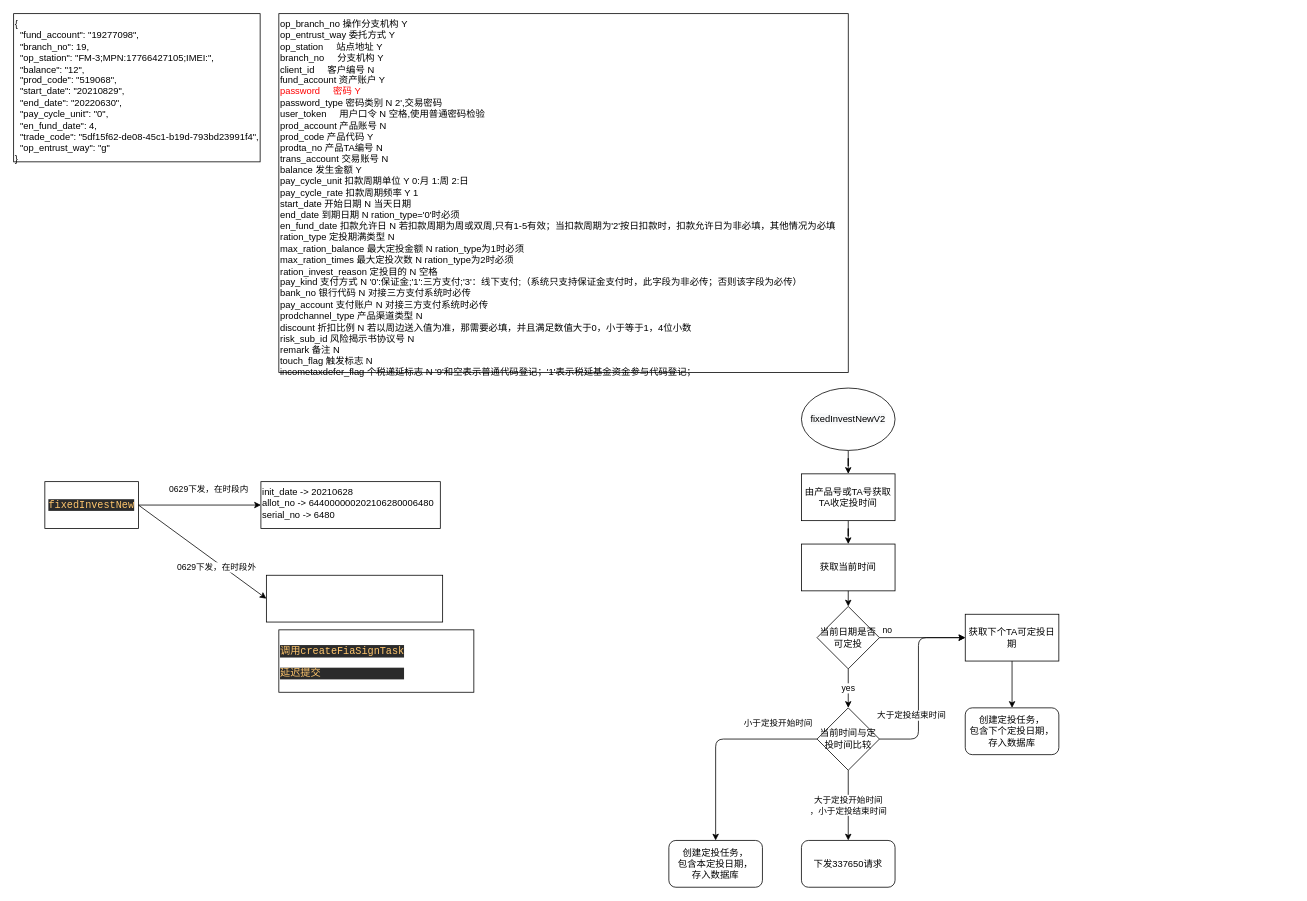
The draw.io diagram page "Page-1" (1 of 2) of 定投情况.drawio in leehomda/firsttest, before the edit. Source tidied: cells renumbered, new cells numbered last; positions are measured from the earlier drawing's top-left corner, leaving out a move shared by most shapes. Both pictures are drawn from the tidied source at 78%, with x=0, y=0 at pixel (13, 13).
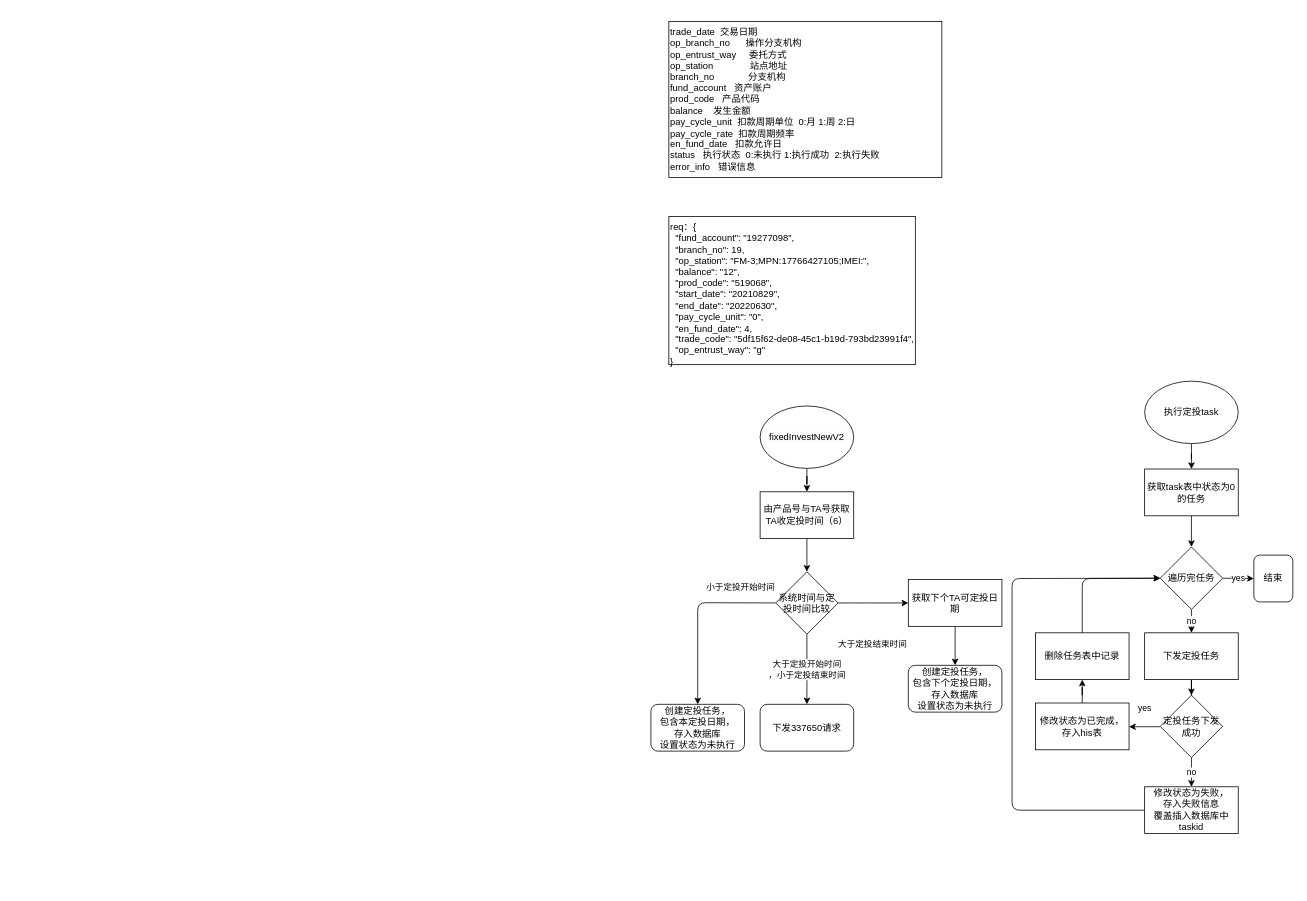
The same page after the edit.

Diff of the diagram source:
```diff
@@
-    <mxCell id="2" value="&lt;pre style=&quot;background-color: #2b2b2b ; color: #a9b7c6 ; font-family: &amp;#34;jetbrains mono&amp;#34; , monospace ; font-size: 9.8pt&quot;&gt;&lt;span style=&quot;color: #ffc66d&quot;&gt;fixedInvestNew&lt;/span&gt;&lt;/pre&gt;" style="rounded=0;whiteSpace=wrap;html=1;" parent="1" vertex="1">
-      <mxGeometry x="40" y="600" width="120" height="60" as="geometry" />
-    </mxCell>
-    <mxCell id="3" value="init_date -&amp;gt; 20210628&lt;br&gt;allot_no -&amp;gt; 644000000202106280006480&lt;br&gt;serial_no -&amp;gt; 6480" style="rounded=0;whiteSpace=wrap;html=1;align=left;verticalAlign=top;" parent="1" vertex="1">
-      <mxGeometry x="317" y="600" width="230" height="60" as="geometry" />
-    </mxCell>
-    <mxCell id="4" value="0629下发，在时段内" style="endArrow=classic;html=1;exitX=1;exitY=0.5;exitDx=0;exitDy=0;entryX=0;entryY=0.5;entryDx=0;entryDy=0;" parent="1" edge="1" source="2" target="3">
-      <mxGeometry x="0.15" y="20" relative="1" as="geometry" />
-    </mxCell>
-    <mxCell id="5" value="&lt;pre style=&quot;background-color: #2b2b2b ; color: #a9b7c6 ; font-family: &amp;#34;jetbrains mono&amp;#34; , monospace ; font-size: 9.8pt&quot;&gt;&lt;br&gt;&lt;/pre&gt;" style="rounded=0;whiteSpace=wrap;html=1;align=left;verticalAlign=top;" parent="1" vertex="1">
-      <mxGeometry x="324" y="720" width="226" height="60" as="geometry" />
-    </mxCell>
-    <mxCell id="6" style="endArrow=classic;html=1;exitX=1;exitY=0.5;exitDx=0;exitDy=0;entryX=0;entryY=0.5;entryDx=0;entryDy=0;" parent="1" edge="1" source="2" target="5">
-      <mxGeometry relative="1" as="geometry" />
-    </mxCell>
-    <mxCell id="7" value="0629下发，在时段外" style="edgeLabel;html=1;align=center;verticalAlign=middle;" parent="6" vertex="1">
-      <mxGeometry x="0.3" y="2" relative="1" as="geometry">
-        <mxPoint x="-8" y="3" as="offset" />
-      </mxGeometry>
-    </mxCell>
-    <mxCell id="8" value="&lt;div&gt;{&lt;/div&gt;&lt;div&gt;&amp;nbsp; &quot;fund_account&quot;: &quot;19277098&quot;,&lt;/div&gt;&lt;div&gt;&amp;nbsp; &quot;branch_no&quot;: 19,&lt;/div&gt;&lt;div&gt;&amp;nbsp; &quot;op_station&quot;: &quot;FM-3;MPN:17766427105;IMEI:&quot;,&lt;/div&gt;&lt;div&gt;&amp;nbsp; &quot;balance&quot;: &quot;12&quot;,&lt;/div&gt;&lt;div&gt;&amp;nbsp; &quot;prod_code&quot;: &quot;519068&quot;,&lt;/div&gt;&lt;div&gt;&amp;nbsp; &quot;start_date&quot;: &quot;20210829&quot;,&lt;/div&gt;&lt;div&gt;&amp;nbsp; &quot;end_date&quot;: &quot;20220630&quot;,&lt;/div&gt;&lt;div&gt;&amp;nbsp; &quot;pay_cycle_unit&quot;: &quot;0&quot;,&lt;/div&gt;&lt;div&gt;&amp;nbsp; &quot;en_fund_date&quot;: 4,&lt;/div&gt;&lt;div&gt;&amp;nbsp; &quot;trade_code&quot;: &quot;5df15f62-de08-45c1-b19d-793bd23991f4&quot;,&lt;/div&gt;&lt;div&gt;&amp;nbsp; &quot;op_entrust_way&quot;: &quot;g&quot;&lt;/div&gt;&lt;div&gt;}&lt;/div&gt;" style="rounded=0;whiteSpace=wrap;html=1;align=left;verticalAlign=top;" parent="1" vertex="1">
-      <mxGeometry width="316" height="190" as="geometry" />
+    <mxCell id="8" value="&lt;div&gt;req：{&lt;/div&gt;&lt;div&gt;&amp;nbsp; &quot;fund_account&quot;: &quot;19277098&quot;,&lt;/div&gt;&lt;div&gt;&amp;nbsp; &quot;branch_no&quot;: 19,&lt;/div&gt;&lt;div&gt;&amp;nbsp; &quot;op_station&quot;: &quot;FM-3;MPN:17766427105;IMEI:&quot;,&lt;/div&gt;&lt;div&gt;&amp;nbsp; &quot;balance&quot;: &quot;12&quot;,&lt;/div&gt;&lt;div&gt;&amp;nbsp; &quot;prod_code&quot;: &quot;519068&quot;,&lt;/div&gt;&lt;div&gt;&amp;nbsp; &quot;start_date&quot;: &quot;20210829&quot;,&lt;/div&gt;&lt;div&gt;&amp;nbsp; &quot;end_date&quot;: &quot;20220630&quot;,&lt;/div&gt;&lt;div&gt;&amp;nbsp; &quot;pay_cycle_unit&quot;: &quot;0&quot;,&lt;/div&gt;&lt;div&gt;&amp;nbsp; &quot;en_fund_date&quot;: 4,&lt;/div&gt;&lt;div&gt;&amp;nbsp; &quot;trade_code&quot;: &quot;5df15f62-de08-45c1-b19d-793bd23991f4&quot;,&lt;/div&gt;&lt;div&gt;&amp;nbsp; &quot;op_entrust_way&quot;: &quot;g&quot;&lt;/div&gt;&lt;div&gt;}&lt;/div&gt;" style="rounded=0;whiteSpace=wrap;html=1;align=left;verticalAlign=top;" parent="1" vertex="1">
+      <mxGeometry x="840" y="260" width="316" height="190" as="geometry" />
     </mxCell>
-    <mxCell id="9" value="op_branch_no   操作分支机构  Y &lt;br&gt;op_entrust_way   委托方式   Y &lt;br&gt;op_station &amp;nbsp; &amp;nbsp;   站点地址   Y &lt;br&gt;branch_no &amp;nbsp; &amp;nbsp;   分支机构   Y &lt;br&gt;client_id &amp;nbsp; &amp;nbsp;   客户编号   N &lt;br&gt;fund_account   资产账户   Y &lt;br&gt;&lt;font color=&quot;#ff0000&quot;&gt;password &amp;nbsp; &amp;nbsp;   密码    Y &lt;/font&gt;&lt;br&gt;password_type   密码类别   N 2',交易密码&lt;br&gt;user_token &amp;nbsp; &amp;nbsp;   用户口令   N 空格,使用普通密码检验&lt;br&gt;prod_account   产品账号   N &lt;br&gt;prod_code    产品代码   Y &lt;br&gt;prodta_no    产品TA编号   N &lt;br&gt;trans_account   交易账号   N &lt;br&gt;balance     发生金额   Y &lt;br&gt;pay_cycle_unit   扣款周期单位  Y 0:月 1:周 2:日&lt;br&gt;pay_cycle_rate   扣款周期频率  Y 1&lt;br&gt;start_date    开始日期   N 当天日期&lt;br&gt;end_date    到期日期   N ration_type='0'时必须&lt;br&gt;en_fund_date   扣款允许日   N 若扣款周期为周或双周,只有1-5有效；当扣款周期为'2'按日扣款时，扣款允许日为非必填，其他情况为必填&lt;br&gt;ration_type    定投期满类型  N &lt;br&gt;max_ration_balance  最大定投金额  N ration_type为1时必须&lt;br&gt;max_ration_times  最大定投次数  N ration_type为2时必须&lt;br&gt;ration_invest_reason 定投目的   N 空格&lt;br&gt;pay_kind    支付方式   N '0':保证金;'1':三方支付;'3'：线下支付;（系统只支持保证金支付时，此字段为非必传；否则该字段为必传）&lt;br&gt;bank_no     银行代码   N 对接三方支付系统时必传&lt;br&gt;pay_account    支付账户   N 对接三方支付系统时必传&lt;br&gt;prodchannel_type  产品渠道类型  N &lt;br&gt;discount    折扣比例   N 若以周边送入值为准，那需要必填，并且满足数值大于0，小于等于1，4位小数&lt;br&gt;risk_sub_id    风险揭示书协议号 N &lt;br&gt;remark     备注    N &lt;br&gt;touch_flag    触发标志   N &lt;br&gt;incometaxdefer_flag  个税递延标志  N  '9'和空表示普通代码登记；'1'表示税延基金资金参与代码登记；" style="rounded=0;whiteSpace=wrap;html=1;align=left;verticalAlign=top;" parent="1" vertex="1">
-      <mxGeometry x="340" width="730" height="460" as="geometry" />
-    </mxCell>
-    <mxCell id="10" value="&lt;pre style=&quot;background-color: rgb(43 , 43 , 43) ; color: rgb(169 , 183 , 198) ; font-family: &amp;#34;jetbrains mono&amp;#34; , monospace ; font-size: 9.8pt&quot;&gt;&lt;span style=&quot;color: rgb(255 , 198 , 109)&quot;&gt;调用createFiaSignTask&lt;/span&gt;&lt;/pre&gt;&lt;pre style=&quot;background-color: rgb(43 , 43 , 43) ; color: rgb(169 , 183 , 198) ; font-family: &amp;#34;jetbrains mono&amp;#34; , monospace ; font-size: 9.8pt&quot;&gt;&lt;span style=&quot;color: rgb(255 , 198 , 109)&quot;&gt;延迟提交&lt;/span&gt;&lt;/pre&gt;" style="rounded=0;whiteSpace=wrap;html=1;align=left;verticalAlign=top;" parent="1" vertex="1">
-      <mxGeometry x="340" y="790" width="250" height="80" as="geometry" />
-    </mxCell>
@@
     <mxCell id="12" value="&#10;&#10;&lt;span style=&quot;color: rgb(0, 0, 0); font-family: helvetica; font-size: 12px; font-style: normal; font-weight: 400; letter-spacing: normal; text-align: center; text-indent: 0px; text-transform: none; word-spacing: 0px; background-color: rgb(248, 249, 250); display: inline; float: none;&quot;&gt;fixedInvestNewV2&lt;/span&gt;&#10;&#10;" style="ellipse;whiteSpace=wrap;html=1;align=center;verticalAlign=middle;" parent="1" vertex="1">
-      <mxGeometry x="1010" y="480" width="120" height="80" as="geometry" />
+      <mxGeometry x="957" y="503" width="120" height="80" as="geometry" />
     </mxCell>
-    <mxCell id="13" style="edgeStyle=orthogonalEdgeStyle;rounded=0;jettySize=auto;html=1;entryX=0.5;entryY=0;entryDx=0;entryDy=0;" parent="1" edge="1" source="14" target="28">
+    <mxCell id="13" style="edgeStyle=orthogonalEdgeStyle;rounded=0;jettySize=auto;html=1;entryX=0.5;entryY=0;entryDx=0;entryDy=0;" parent="1" edge="1" source="14" target="16">
       <mxGeometry relative="1" as="geometry" />
     </mxCell>
-    <mxCell id="14" value="由产品号或TA号获取TA收定投时间" style="rounded=0;whiteSpace=wrap;html=1;align=center;verticalAlign=middle;" parent="1" vertex="1">
-      <mxGeometry x="1010" y="590" width="120" height="60" as="geometry" />
+    <mxCell id="14" value="由产品号与TA号获取TA收定投时间（6）" style="rounded=0;whiteSpace=wrap;html=1;align=center;verticalAlign=middle;" parent="1" vertex="1">
+      <mxGeometry x="957" y="613" width="120" height="60" as="geometry" />
     </mxCell>
-    <mxCell id="15" value="大于定投开始时间&lt;br&gt;，小于定投结束时间" style="edgeStyle=orthogonalEdgeStyle;rounded=0;jettySize=auto;html=1;" parent="1" edge="1" source="16">
-      <mxGeometry relative="1" as="geometry">
-        <mxPoint x="1070" y="1060" as="targetPoint" />
-      </mxGeometry>
+    <mxCell id="15" value="大于定投开始时间&lt;br&gt;，小于定投结束时间" style="edgeStyle=orthogonalEdgeStyle;rounded=0;jettySize=auto;html=1;entryX=0.5;entryY=0;entryDx=0;entryDy=0;" parent="1" edge="1" source="16" target="26">
+      <mxGeometry relative="1" as="geometry" />
     </mxCell>
-    <mxCell id="16" value="当前时间与定投时间比较" style="rhombus;whiteSpace=wrap;html=1;align=center;verticalAlign=middle;" parent="1" vertex="1">
-      <mxGeometry x="1030" y="890" width="80" height="80" as="geometry" />
+    <mxCell id="16" value="系统时间与定投时间比较" style="rhombus;whiteSpace=wrap;html=1;align=center;verticalAlign=middle;" parent="1" vertex="1">
+      <mxGeometry x="977" y="715.5" width="80" height="80" as="geometry" />
     </mxCell>
-    <mxCell id="17" value="no" style="edgeStyle=orthogonalEdgeStyle;rounded=0;jettySize=auto;html=1;" parent="1" edge="1" source="19" target="21">
-      <mxGeometry x="-0.82" y="10" relative="1" as="geometry" />
-    </mxCell>
-    <mxCell id="18" value="yes" style="edgeStyle=orthogonalEdgeStyle;rounded=0;jettySize=auto;html=1;" parent="1" edge="1" source="19" target="16">
-      <mxGeometry relative="1" as="geometry" />
-    </mxCell>
-    <mxCell id="19" value="当前日期是否可定投" style="rhombus;whiteSpace=wrap;html=1;align=center;verticalAlign=middle;" parent="1" vertex="1">
-      <mxGeometry x="1030" y="760" width="80" height="80" as="geometry" />
-    </mxCell>
@@
     <mxCell id="21" value="获取下个TA可定投日期" style="rounded=0;whiteSpace=wrap;html=1;align=center;verticalAlign=middle;" parent="1" vertex="1">
-      <mxGeometry x="1220" y="770" width="120" height="60" as="geometry" />
+      <mxGeometry x="1147" y="725.5" width="120" height="60" as="geometry" />
     </mxCell>
-    <mxCell id="22" value="&lt;span&gt;创建定投任务，&lt;/span&gt;&lt;br&gt;&lt;span&gt;包含下个定投日期，存入数据库&lt;/span&gt;" style="rounded=1;whiteSpace=wrap;html=1;align=center;verticalAlign=middle;" parent="1" vertex="1">
-      <mxGeometry x="1220" y="890" width="120" height="60" as="geometry" />
+    <mxCell id="22" value="&lt;span&gt;创建定投任务，&lt;/span&gt;&lt;br&gt;&lt;span&gt;包含下个定投日期，存入数据库&lt;br&gt;&lt;/span&gt;设置状态为未执行&lt;span&gt;&lt;br&gt;&lt;/span&gt;" style="rounded=1;whiteSpace=wrap;html=1;align=center;verticalAlign=middle;" parent="1" vertex="1">
+      <mxGeometry x="1147" y="835.5" width="120" height="60" as="geometry" />
     </mxCell>
     <mxCell id="23" style="endArrow=classic;html=1;exitX=1;exitY=0.5;exitDx=0;exitDy=0;entryX=0;entryY=0.5;entryDx=0;entryDy=0;" parent="1" edge="1" source="16" target="21">
       <mxGeometry relative="1" as="geometry">
         <Array as="points">
-          <mxPoint x="1160" y="930" />
-          <mxPoint x="1160" y="800" />
+          <mxPoint x="1087" y="755.5" />
         </Array>
       </mxGeometry>
     </mxCell>
@@
-    <mxCell id="25" value="小于定投开始时间" style="endArrow=classic;html=1;exitX=0;exitY=0.5;exitDx=0;exitDy=0;entryX=0.5;entryY=0;entryDx=0;entryDy=0;" parent="1" edge="1" source="16">
+    <mxCell id="25" value="小于定投开始时间" style="endArrow=classic;html=1;exitX=0;exitY=0.5;exitDx=0;exitDy=0;entryX=0.5;entryY=0;entryDx=0;entryDy=0;" parent="1" edge="1" source="16" target="27">
       <mxGeometry x="-0.62" y="-20" relative="1" as="geometry">
-        <mxPoint x="900" y="1060" as="targetPoint" />
         <Array as="points">
-          <mxPoint x="900" y="930" />
+          <mxPoint x="877" y="755.2" />
         </Array>
         <mxPoint x="-1" as="offset" />
       </mxGeometry>
     </mxCell>
     <mxCell id="26" value="&lt;span&gt;下发337650请求&lt;/span&gt;" style="rounded=1;whiteSpace=wrap;html=1;align=center;verticalAlign=middle;" parent="1" vertex="1">
-      <mxGeometry x="1010" y="1060" width="120" height="60" as="geometry" />
+      <mxGeometry x="957" y="885.5" width="120" height="60" as="geometry" />
     </mxCell>
-    <mxCell id="27" value="创建定投任务，&lt;br&gt;包含本定投日期，&lt;br&gt;存入数据库" style="rounded=1;whiteSpace=wrap;html=1;align=center;verticalAlign=middle;" parent="1" vertex="1">
-      <mxGeometry x="840" y="1060" width="120" height="60" as="geometry" />
+    <mxCell id="27" value="创建定投任务，&lt;br&gt;包含本定投日期，&lt;br&gt;存入数据库&lt;br&gt;设置状态为未执行" style="rounded=1;whiteSpace=wrap;html=1;align=center;verticalAlign=middle;" parent="1" vertex="1">
+      <mxGeometry x="817" y="885.5" width="120" height="60" as="geometry" />
     </mxCell>
-    <mxCell id="28" value="获取当前时间" style="rounded=0;whiteSpace=wrap;html=1;align=center;verticalAlign=middle;" parent="1" vertex="1">
-      <mxGeometry x="1010" y="680" width="120" height="60" as="geometry" />
-    </mxCell>
-    <mxCell id="29" style="endArrow=classic;html=1;exitX=0.5;exitY=1;exitDx=0;exitDy=0;" parent="1" edge="1" source="28" target="19">
-      <mxGeometry relative="1" as="geometry" />
-    </mxCell>
+    <mxCell id="30" style="edgeStyle=orthogonalEdgeStyle;rounded=0;jettySize=auto;html=1;" parent="1" edge="1" source="31" target="33">
+      <mxGeometry relative="1" as="geometry" />
+    </mxCell>
+    <mxCell id="31" value="执行定投task" style="ellipse;whiteSpace=wrap;html=1;align=center;verticalAlign=middle;" parent="1" vertex="1">
+      <mxGeometry x="1450" y="471.2" width="120" height="80" as="geometry" />
+    </mxCell>
+    <mxCell id="32" style="edgeStyle=orthogonalEdgeStyle;rounded=0;jettySize=auto;html=1;" parent="1" edge="1" source="33" target="35">
+      <mxGeometry relative="1" as="geometry" />
+    </mxCell>
+    <mxCell id="33" value="获取task表中状态为0的任务" style="rounded=0;whiteSpace=wrap;html=1;align=center;verticalAlign=middle;" parent="1" vertex="1">
+      <mxGeometry x="1450" y="583.8" width="120" height="60" as="geometry" />
+    </mxCell>
+    <mxCell id="34" value="no" style="edgeStyle=orthogonalEdgeStyle;rounded=0;jettySize=auto;html=1;" parent="1" edge="1" source="35" target="37">
+      <mxGeometry relative="1" as="geometry" />
+    </mxCell>
+    <mxCell id="35" value="遍历完任务" style="rhombus;whiteSpace=wrap;html=1;align=center;verticalAlign=middle;" parent="1" vertex="1">
+      <mxGeometry x="1470" y="683.8" width="80" height="80" as="geometry" />
+    </mxCell>
+    <mxCell id="36" style="edgeStyle=orthogonalEdgeStyle;rounded=0;jettySize=auto;html=1;" parent="1" edge="1" source="37" target="39">
+      <mxGeometry relative="1" as="geometry" />
+    </mxCell>
+    <mxCell id="37" value="下发定投任务" style="rounded=0;whiteSpace=wrap;html=1;align=center;verticalAlign=middle;" parent="1" vertex="1">
+      <mxGeometry x="1450" y="793.8" width="120" height="60" as="geometry" />
+    </mxCell>
+    <mxCell id="38" value="no" style="edgeStyle=orthogonalEdgeStyle;rounded=0;jettySize=auto;html=1;" parent="1" edge="1" source="39" target="40">
+      <mxGeometry relative="1" as="geometry" />
+    </mxCell>
+    <mxCell id="39" value="定投任务下发成功" style="rhombus;whiteSpace=wrap;html=1;align=center;verticalAlign=middle;" parent="1" vertex="1">
+      <mxGeometry x="1470" y="873.8" width="80" height="80" as="geometry" />
+    </mxCell>
+    <mxCell id="40" value="修改状态为失败，&lt;br&gt;存入失败信息&lt;br&gt;覆盖插入数据库中&lt;br&gt;taskid" style="rounded=0;whiteSpace=wrap;html=1;align=center;verticalAlign=middle;" parent="1" vertex="1">
+      <mxGeometry x="1450" y="991.2" width="120" height="60" as="geometry" />
+    </mxCell>
+    <mxCell id="41" style="edgeStyle=orthogonalEdgeStyle;rounded=0;jettySize=auto;html=1;" parent="1" edge="1" source="42" target="47">
+      <mxGeometry relative="1" as="geometry" />
+    </mxCell>
+    <mxCell id="42" value="修改状态为已完成，存入his表" style="rounded=0;whiteSpace=wrap;html=1;align=center;verticalAlign=middle;" parent="1" vertex="1">
+      <mxGeometry x="1310" y="883.8" width="120" height="60" as="geometry" />
+    </mxCell>
+    <mxCell id="43" value="yes" style="endArrow=classic;html=1;" parent="1" edge="1">
+      <mxGeometry y="-23" relative="1" as="geometry">
+        <mxPoint x="1470" y="914.2" as="sourcePoint" />
+        <mxPoint x="1430" y="914.2" as="targetPoint" />
+      </mxGeometry>
+    </mxCell>
+    <mxCell id="44" style="endArrow=classic;html=1;exitX=0;exitY=0.5;exitDx=0;exitDy=0;entryX=0;entryY=0.5;entryDx=0;entryDy=0;" parent="1" edge="1" source="40" target="35">
+      <mxGeometry relative="1" as="geometry">
+        <Array as="points">
+          <mxPoint x="1280" y="1021.2" />
+          <mxPoint x="1280" y="881.2" />
+          <mxPoint x="1280" y="724.2" />
+        </Array>
+      </mxGeometry>
+    </mxCell>
+    <mxCell id="45" value="结束" style="rounded=1;whiteSpace=wrap;html=1;align=center;verticalAlign=middle;" parent="1" vertex="1">
+      <mxGeometry x="1590" y="694.2" width="50" height="60" as="geometry" />
+    </mxCell>
+    <mxCell id="46" value="yes" style="endArrow=classic;html=1;exitX=1;exitY=0.5;exitDx=0;exitDy=0;entryX=0;entryY=0.5;entryDx=0;entryDy=0;" parent="1" edge="1" source="35" target="45">
+      <mxGeometry relative="1" as="geometry" />
+    </mxCell>
+    <mxCell id="47" value="删除任务表中记录" style="rounded=0;whiteSpace=wrap;html=1;align=center;verticalAlign=middle;" parent="1" vertex="1">
+      <mxGeometry x="1310" y="793.8" width="120" height="60" as="geometry" />
+    </mxCell>
+    <mxCell id="48" style="endArrow=classic;html=1;exitX=0.5;exitY=0;exitDx=0;exitDy=0;entryX=0;entryY=0.5;entryDx=0;entryDy=0;" parent="1" edge="1" source="47" target="35">
+      <mxGeometry relative="1" as="geometry">
+        <Array as="points">
+          <mxPoint x="1370" y="724.2" />
+        </Array>
+      </mxGeometry>
+    </mxCell>
+    <mxCell id="49" value="&lt;span&gt;trade_date&lt;span style=&quot;white-space: pre&quot;&gt; &lt;/span&gt;&lt;span style=&quot;white-space: pre&quot;&gt; &lt;/span&gt;交易日期&lt;br&gt;op_branch_no&amp;nbsp; &amp;nbsp; &amp;nbsp;&lt;span style=&quot;white-space: pre&quot;&gt; &lt;/span&gt;操作分支机构&amp;nbsp;&lt;/span&gt;&lt;br&gt;&lt;span&gt;op_entrust_way&amp;nbsp; &amp;nbsp; &lt;span style=&quot;white-space: pre&quot;&gt; &lt;/span&gt;委托方式&amp;nbsp;&lt;/span&gt;&lt;br&gt;&lt;span&gt;op_station&amp;nbsp; &amp;nbsp; &amp;nbsp; &amp;nbsp; &amp;nbsp; &amp;nbsp; &amp;nbsp;&lt;span style=&quot;white-space: pre&quot;&gt; &lt;/span&gt;站点地址&amp;nbsp;&lt;/span&gt;&lt;br&gt;&lt;span&gt;branch_no&amp;nbsp; &amp;nbsp; &amp;nbsp; &amp;nbsp; &amp;nbsp; &amp;nbsp; &lt;span style=&quot;white-space: pre&quot;&gt; &lt;/span&gt;分支机构&amp;nbsp;&lt;br&gt;&lt;/span&gt;fund_account &lt;span style=&quot;white-space: pre&quot;&gt; &lt;/span&gt;&lt;span style=&quot;white-space: pre&quot;&gt; &lt;/span&gt;资产账户&amp;nbsp;&lt;br&gt;prod_code &lt;span style=&quot;white-space: pre&quot;&gt; &lt;/span&gt;&lt;span style=&quot;white-space: pre&quot;&gt; &lt;/span&gt;产品代码&amp;nbsp;&lt;br&gt;balance &lt;span style=&quot;white-space: pre&quot;&gt; &lt;/span&gt;&lt;span style=&quot;white-space: pre&quot;&gt; &lt;/span&gt;&lt;span style=&quot;white-space: pre&quot;&gt; &lt;/span&gt;发生金额&amp;nbsp;&lt;br&gt;pay_cycle_unit &lt;span style=&quot;white-space: pre&quot;&gt; &lt;/span&gt;扣款周期单位&amp;nbsp; 0:月 1:周 2:日&lt;br&gt;pay_cycle_rate &lt;span style=&quot;white-space: pre&quot;&gt; &lt;/span&gt;扣款周期频率&amp;nbsp;&lt;br&gt;en_fund_date &lt;span style=&quot;white-space: pre&quot;&gt; &lt;/span&gt;&lt;span style=&quot;white-space: pre&quot;&gt; &lt;/span&gt;扣款允许日&lt;br&gt;&lt;span&gt;status&lt;span style=&quot;white-space: pre&quot;&gt; &lt;/span&gt;&lt;span style=&quot;white-space: pre&quot;&gt; &lt;/span&gt;&lt;span style=&quot;white-space: pre&quot;&gt; &lt;/span&gt;执行状态&amp;nbsp; 0:未执行 1:执行成功&amp;nbsp; 2:执行失败&lt;br&gt;error_info&lt;span style=&quot;white-space: pre&quot;&gt; &lt;/span&gt;&lt;span style=&quot;white-space: pre&quot;&gt; &lt;/span&gt;&lt;span style=&quot;white-space: pre&quot;&gt; &lt;/span&gt;错误信息&lt;br&gt;&lt;/span&gt;" style="rounded=0;whiteSpace=wrap;html=1;align=left;verticalAlign=top;" parent="1" vertex="1">
+      <mxGeometry x="840" y="10" width="350" height="200" as="geometry" />
+    </mxCell>
```
